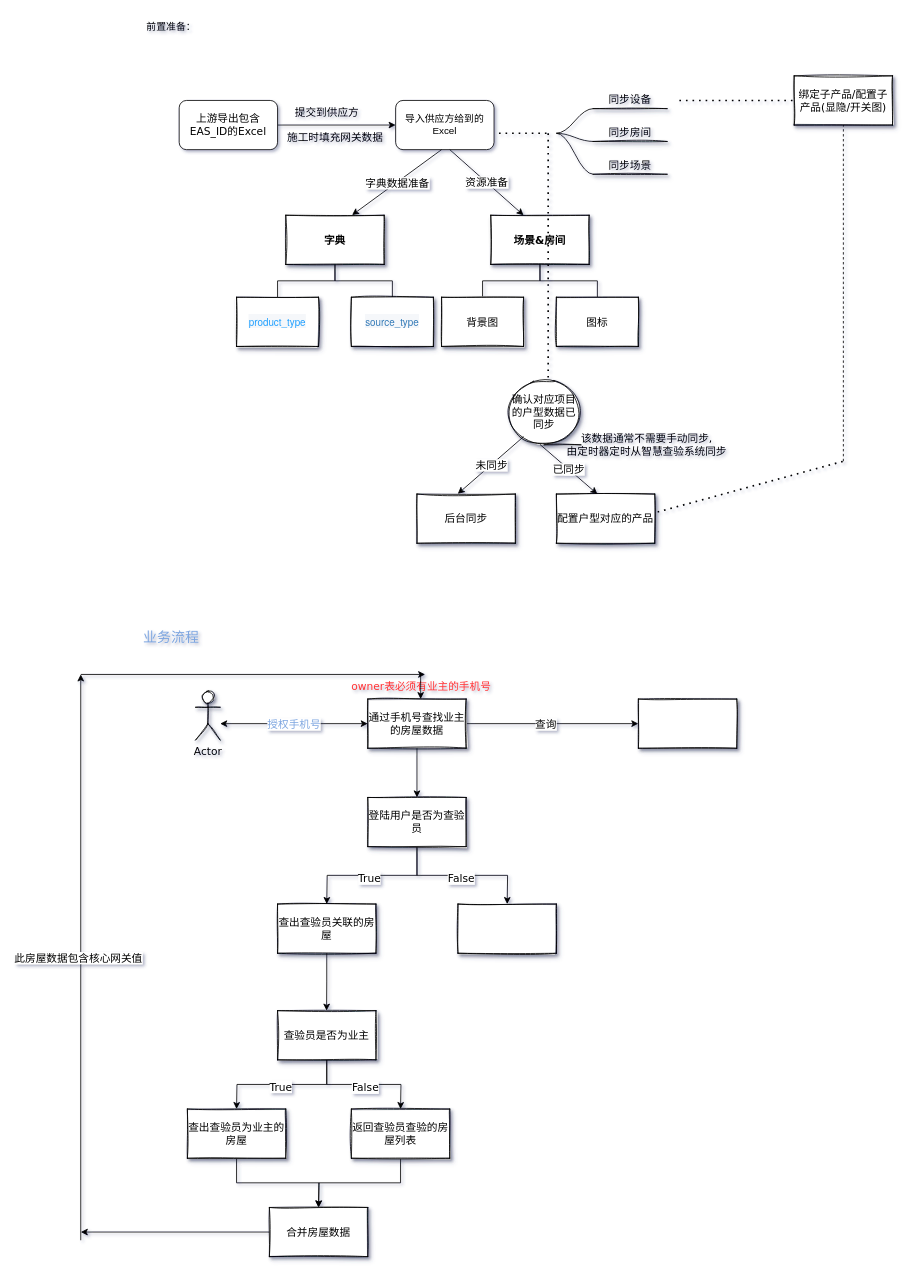
This is flowChat.drawio from Navven/Img, a draw.io file, before an edit. Source tidied: cells renumbered, new cells numbered last; positions are measured from the earlier drawing's top-left corner, leaving out a move shared by most shapes. Both pictures are drawn from the tidied source at 82%, with x=0, y=0 at pixel (80, 14).
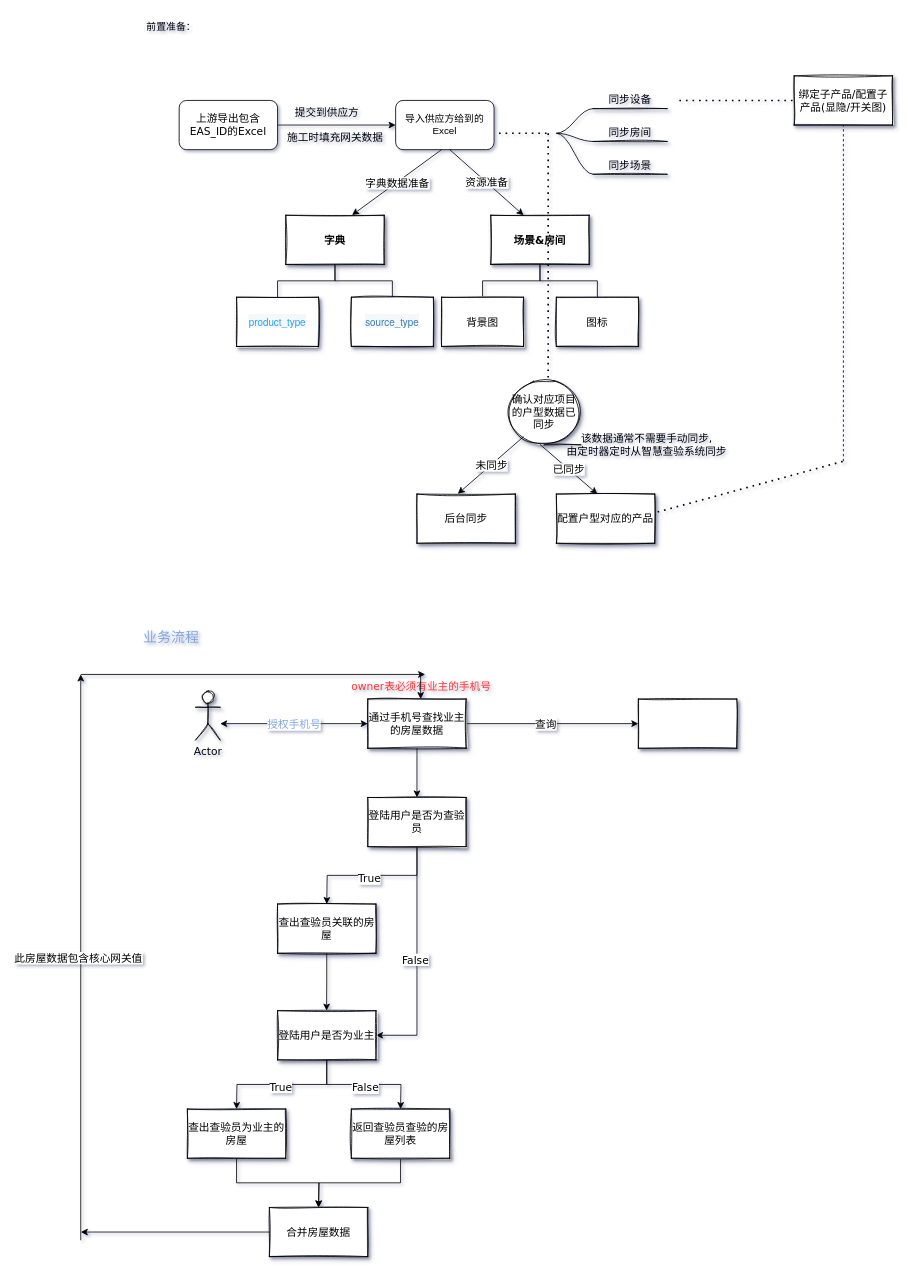
After the change.

The change refers to these unchanged cells:
```xml
<mxCell id="55" value="&lt;font color=&quot;#000000&quot;&gt;登陆用户是否为查验员&lt;/font&gt;" style="rounded=0;whiteSpace=wrap;html=1;shadow=1;sketch=1;strokeColor=default;strokeWidth=1;fontFamily=Verdana;fontSize=13;fontColor=#7EA6E0;" parent="1" vertex="1">
  <mxGeometry x="350" y="955" width="120" height="60" as="geometry" />
</mxCell>
```

The edit, as a diff of the source:
```diff
@@
-    <mxCell id="53" style="edgeStyle=orthogonalEdgeStyle;rounded=0;jettySize=auto;html=1;exitX=0.5;exitY=1;exitDx=0;exitDy=0;fontFamily=Verdana;fontSize=13;fontColor=#000000;" parent="1" edge="1" source="55">
-      <mxGeometry relative="1" as="geometry">
-        <mxPoint x="520" y="1085" as="targetPoint" />
-      </mxGeometry>
+    <mxCell id="53" style="edgeStyle=orthogonalEdgeStyle;rounded=0;jettySize=auto;html=1;exitX=0.5;exitY=1;exitDx=0;exitDy=0;fontFamily=Verdana;fontSize=13;fontColor=#000000;entryX=1;entryY=0.5;entryDx=0;entryDy=0;" parent="1" edge="1" source="55" target="63">
+      <mxGeometry relative="1" as="geometry" />
     </mxCell>
@@
-    <mxCell id="58" style="rounded=0;whiteSpace=wrap;html=1;shadow=1;sketch=1;strokeColor=default;strokeWidth=1;fontFamily=Verdana;fontSize=13;fontColor=#000000;" parent="1" vertex="1">
-      <mxGeometry x="460" y="1085" width="120" height="60" as="geometry" />
-    </mxCell>
@@
-    <mxCell id="63" value="查验员是否为业主" style="rounded=0;whiteSpace=wrap;html=1;shadow=1;sketch=1;strokeColor=default;strokeWidth=1;fontFamily=Verdana;fontSize=13;fontColor=#000000;" parent="1" vertex="1">
+    <mxCell id="63" value="登陆用户是否为业主" style="rounded=0;whiteSpace=wrap;html=1;shadow=1;sketch=1;strokeColor=default;strokeWidth=1;fontFamily=Verdana;fontSize=13;fontColor=#000000;" parent="1" vertex="1">
       <mxGeometry x="240" y="1215" width="120" height="60" as="geometry" />
     </mxCell>
```
